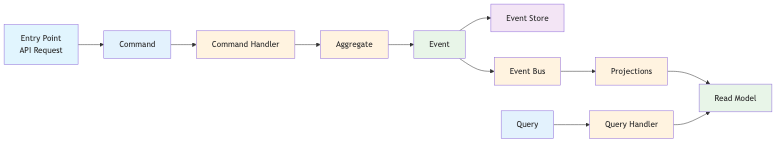
Before: diagrams/generated/event-sourcing-flow.png, a diagram exported from Mermaid (anmarkoulis/event-sourcing). Its source is kept beside it as diagrams/source/event-sourcing-flow.mmd. Source of this version:
```mermaid
graph LR
    A[Entry Point<br/>API Request] --> B[Command]
    B --> C[Command Handler]
    C --> D[Aggregate]
    D --> E[Event]
    E --> F[Event Store]
    E --> G[Event Bus]
    G --> H[Projections]
    H --> I[Read Model]

    J[Query] --> K[Query Handler]
    K --> I

    style A fill:#e1f5fe
    style B fill:#e3f2fd
    style C fill:#fff3e0
    style D fill:#fff3e0
    style E fill:#e8f5e8
    style F fill:#f3e5f5
    style G fill:#fff3e0
    style H fill:#fff3e0
    style I fill:#e8f5e8
    style J fill:#e3f2fd
    style K fill:#fff3e0
```
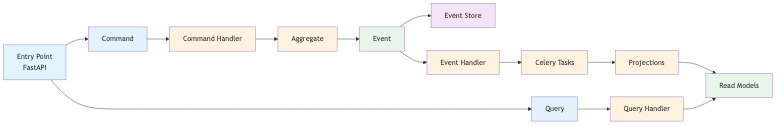
Later version of the same file.

The edit, as a diff of the source:
```diff
@@ -1,15 +1,18 @@
 graph LR
-    A[Entry Point<br/>API Request] --> B[Command]
+    A[Entry Point<br/>FastAPI] --> B[Command]
+    A --> J[Query]
+
     B --> C[Command Handler]
     C --> D[Aggregate]
     D --> E[Event]
     E --> F[Event Store]
-    E --> G[Event Bus]
-    G --> H[Projections]
-    H --> I[Read Model]
+    E --> G[Event Handler]
+    G --> H[Celery Tasks]
+    H --> I[Projections]
+    I --> K[Read Models]
 
-    J[Query] --> K[Query Handler]
-    K --> I
+    J --> L[Query Handler]
+    L --> K
 
     style A fill:#e1f5fe
     style B fill:#e3f2fd
@@ -19,6 +22,7 @@
     style F fill:#f3e5f5
     style G fill:#fff3e0
     style H fill:#fff3e0
-    style I fill:#e8f5e8
+    style I fill:#fff3e0
     style J fill:#e3f2fd
-    style K fill:#fff3e0
+    style K fill:#e8f5e8
+    style L fill:#fff3e0
```
